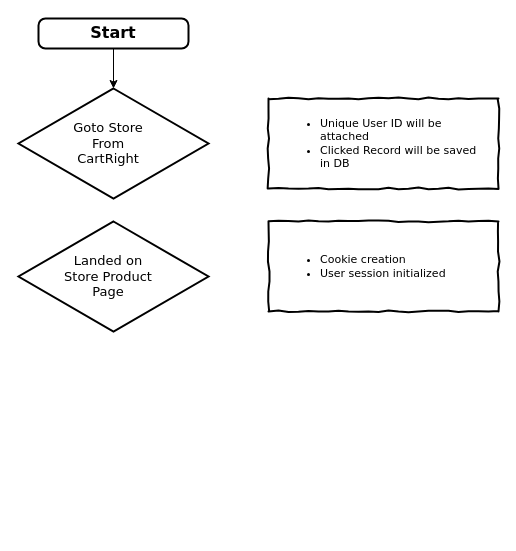
This is Tracking.drawio from shoaibijaz/soding, a draw.io file, before an edit. Source tidied: cells renumbered, new cells numbered last; positions are measured from the earlier drawing's top-left corner, leaving out a move shared by most shapes. Both pictures are drawn from the tidied source at 100%, with x=0, y=0 at pixel (18, 18).
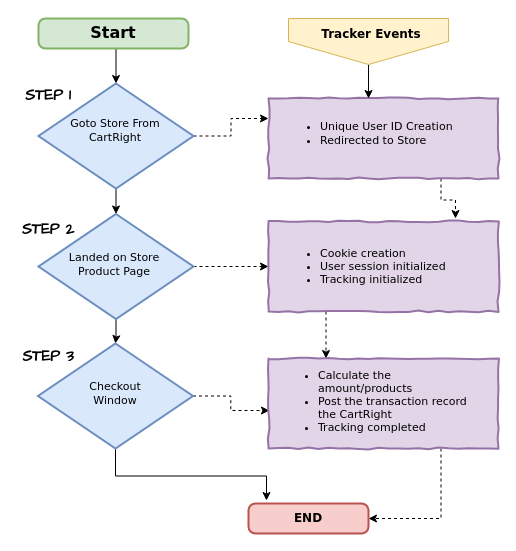
The same diagram, later.

The edit, as a diff of the source:
```diff
@@
-    <mxCell id="2" style="edgeStyle=orthogonalEdgeStyle;rounded=0;jettySize=auto;html=1;exitX=0.5;exitY=1;exitDx=0;exitDy=0;entryX=0.5;entryY=0;entryDx=0;entryDy=0;entryPerimeter=0;fontFamily=Verdana;fontSize=13;" parent="1" edge="1" source="3" target="5">
+    <mxCell id="2" style="edgeStyle=orthogonalEdgeStyle;rounded=0;jettySize=auto;html=1;exitX=0.5;exitY=1;exitDx=0;exitDy=0;entryX=0.5;entryY=0;entryDx=0;entryDy=0;entryPerimeter=0;fontFamily=Verdana;fontSize=12;" parent="1" edge="1" source="3" target="5">
       <mxGeometry relative="1" as="geometry" />
     </mxCell>
-    <mxCell id="3" style="rounded=1;whiteSpace=wrap;html=1;absoluteArcSize=1;arcSize=14;strokeWidth=2;" parent="1" vertex="1">
+    <mxCell id="3" style="rounded=1;whiteSpace=wrap;html=1;absoluteArcSize=1;arcSize=14;strokeWidth=2;fillColor=#d5e8d4;strokeColor=#82b366;" parent="1" vertex="1">
       <mxGeometry x="20" width="150" height="30" as="geometry" />
     </mxCell>
@@
+    <mxCell id="13" style="edgeStyle=orthogonalEdgeStyle;rounded=0;jettySize=auto;html=1;exitX=1;exitY=0.5;exitDx=0;exitDy=0;exitPerimeter=0;entryX=0;entryY=0.25;entryDx=0;entryDy=0;fontFamily=Verdana;fontSize=11;dashed=1;" parent="1" edge="1" source="5" target="9">
+      <mxGeometry relative="1" as="geometry" />
+    </mxCell>
+    <mxCell id="14" style="edgeStyle=orthogonalEdgeStyle;rounded=0;jettySize=auto;html=1;exitX=0.5;exitY=1;exitDx=0;exitDy=0;exitPerimeter=0;entryX=0.5;entryY=0;entryDx=0;entryDy=0;entryPerimeter=0;fontFamily=Verdana;fontSize=12;" parent="1" edge="1" source="5" target="7">
+      <mxGeometry relative="1" as="geometry" />
+    </mxCell>
-    <mxCell id="5" style="strokeWidth=2;html=1;shape=mxgraph.flowchart.decision;whiteSpace=wrap;fontFamily=Verdana;fontSize=16;" parent="1" vertex="1">
-      <mxGeometry y="70" width="190" height="110" as="geometry" />
+    <mxCell id="5" style="strokeWidth=2;html=1;shape=mxgraph.flowchart.decision;whiteSpace=wrap;fontFamily=Verdana;fontSize=16;fillColor=#dae8fc;strokeColor=#6c8ebf;" parent="1" vertex="1">
+      <mxGeometry x="20" y="65" width="155" height="105" as="geometry" />
     </mxCell>
-    <mxCell id="6" value="Goto Store From CartRight" style="text;html=1;strokeColor=none;fillColor=none;align=center;verticalAlign=middle;whiteSpace=wrap;rounded=0;fontFamily=Verdana;fontSize=13;" parent="1" vertex="1">
-      <mxGeometry x="40" y="100" width="100" height="50" as="geometry" />
+    <mxCell id="6" value="Goto Store From CartRight" style="text;html=1;strokeColor=none;fillColor=none;align=center;verticalAlign=middle;whiteSpace=wrap;rounded=0;fontFamily=Verdana;fontSize=11;" parent="1" vertex="1">
+      <mxGeometry x="47" y="86.5" width="100" height="50" as="geometry" />
     </mxCell>
+    <mxCell id="15" style="edgeStyle=orthogonalEdgeStyle;rounded=0;jettySize=auto;html=1;exitX=1;exitY=0.5;exitDx=0;exitDy=0;exitPerimeter=0;entryX=0;entryY=0.5;entryDx=0;entryDy=0;fontFamily=Verdana;fontSize=13;dashed=1;" parent="1" edge="1" source="7" target="11">
+      <mxGeometry relative="1" as="geometry" />
+    </mxCell>
+    <mxCell id="16" style="edgeStyle=orthogonalEdgeStyle;rounded=0;jettySize=auto;html=1;exitX=0.5;exitY=1;exitDx=0;exitDy=0;exitPerimeter=0;fontFamily=Verdana;fontSize=12;" parent="1" edge="1" source="7" target="24">
+      <mxGeometry relative="1" as="geometry" />
+    </mxCell>
-    <mxCell id="7" style="strokeWidth=2;html=1;shape=mxgraph.flowchart.decision;whiteSpace=wrap;fontFamily=Verdana;fontSize=16;" parent="1" vertex="1">
-      <mxGeometry y="203" width="190" height="110" as="geometry" />
+    <mxCell id="7" style="strokeWidth=2;html=1;shape=mxgraph.flowchart.decision;whiteSpace=wrap;fontFamily=Verdana;fontSize=16;fillColor=#dae8fc;strokeColor=#6c8ebf;" parent="1" vertex="1">
+      <mxGeometry x="20" y="195.5" width="155" height="105" as="geometry" />
     </mxCell>
-    <mxCell id="8" value="Landed on Store Product Page" style="text;html=1;strokeColor=none;fillColor=none;align=center;verticalAlign=middle;whiteSpace=wrap;rounded=0;fontFamily=Verdana;fontSize=13;" parent="1" vertex="1">
-      <mxGeometry x="40" y="233" width="100" height="50" as="geometry" />
+    <mxCell id="8" value="Landed on Store Product Page" style="text;html=1;strokeColor=none;fillColor=none;align=center;verticalAlign=middle;whiteSpace=wrap;rounded=0;fontFamily=Verdana;fontSize=11;" parent="1" vertex="1">
+      <mxGeometry x="46" y="220.5" width="100" height="50" as="geometry" />
     </mxCell>
+    <mxCell id="17" style="edgeStyle=orthogonalEdgeStyle;rounded=0;jettySize=auto;html=1;exitX=0.75;exitY=1;exitDx=0;exitDy=0;entryX=0.813;entryY=-0.033;entryDx=0;entryDy=0;entryPerimeter=0;fontFamily=Verdana;fontSize=13;dashed=1;" parent="1" edge="1" source="9" target="11">
+      <mxGeometry relative="1" as="geometry" />
+    </mxCell>
-    <mxCell id="9" style="html=1;whiteSpace=wrap;comic=1;strokeWidth=2;fontFamily=Comic Sans MS;fontStyle=1;" parent="1" vertex="1">
-      <mxGeometry x="250" y="80" width="230" height="90" as="geometry" />
+    <mxCell id="9" style="html=1;whiteSpace=wrap;comic=1;strokeWidth=2;fontFamily=Comic Sans MS;fontStyle=1;fillColor=#e1d5e7;strokeColor=#9673a6;" parent="1" vertex="1">
+      <mxGeometry x="250" y="80" width="230" height="80" as="geometry" />
     </mxCell>
-    <mxCell id="10" value="&lt;ul style=&quot;font-size: 11px&quot;&gt;&lt;li&gt;&lt;span&gt;Unique User ID will be attached&lt;/span&gt;&lt;/li&gt;&lt;li&gt;&lt;span&gt;Clicked Record will be saved in DB&lt;/span&gt;&lt;/li&gt;&lt;/ul&gt;" style="text;html=1;strokeColor=none;fillColor=none;align=left;verticalAlign=middle;whiteSpace=wrap;rounded=0;fontFamily=Verdana;fontSize=13;" parent="1" vertex="1">
-      <mxGeometry x="260" y="90" width="210" height="70" as="geometry" />
+    <mxCell id="10" value="&lt;ul style=&quot;font-size: 11px&quot;&gt;&lt;li&gt;&lt;span&gt;Unique User ID Creation&lt;/span&gt;&lt;/li&gt;&lt;li&gt;&lt;span&gt;Redirected to Store&lt;/span&gt;&lt;/li&gt;&lt;/ul&gt;" style="text;html=1;strokeColor=none;fillColor=none;align=left;verticalAlign=middle;whiteSpace=wrap;rounded=0;fontFamily=Verdana;fontSize=13;" parent="1" vertex="1">
+      <mxGeometry x="260" y="86.5" width="210" height="56.5" as="geometry" />
     </mxCell>
+    <mxCell id="18" style="edgeStyle=orthogonalEdgeStyle;rounded=0;jettySize=auto;html=1;exitX=0.25;exitY=1;exitDx=0;exitDy=0;entryX=0.25;entryY=0;entryDx=0;entryDy=0;dashed=1;fontFamily=Verdana;fontSize=12;" parent="1" edge="1" source="11" target="27">
+      <mxGeometry relative="1" as="geometry" />
+    </mxCell>
-    <mxCell id="11" style="html=1;whiteSpace=wrap;comic=1;strokeWidth=2;fontFamily=Comic Sans MS;fontStyle=1;" parent="1" vertex="1">
+    <mxCell id="11" style="html=1;whiteSpace=wrap;comic=1;strokeWidth=2;fontFamily=Comic Sans MS;fontStyle=1;fillColor=#e1d5e7;strokeColor=#9673a6;" parent="1" vertex="1">
       <mxGeometry x="250" y="203" width="230" height="90" as="geometry" />
     </mxCell>
-    <mxCell id="12" value="&lt;ul style=&quot;font-size: 11px&quot;&gt;&lt;li&gt;&lt;span&gt;Cookie creation&lt;/span&gt;&lt;/li&gt;&lt;li&gt;&lt;span&gt;User session initialized&lt;/span&gt;&lt;/li&gt;&lt;/ul&gt;" style="text;html=1;strokeColor=none;fillColor=none;align=left;verticalAlign=middle;whiteSpace=wrap;rounded=0;fontFamily=Verdana;fontSize=13;" parent="1" vertex="1">
+    <mxCell id="12" value="&lt;ul style=&quot;font-size: 11px&quot;&gt;&lt;li&gt;&lt;span&gt;Cookie creation&lt;/span&gt;&lt;/li&gt;&lt;li&gt;&lt;span&gt;User session initialized&lt;/span&gt;&lt;/li&gt;&lt;li&gt;&lt;span&gt;Tracking&amp;nbsp;&lt;/span&gt;initialized&lt;/li&gt;&lt;/ul&gt;" style="text;html=1;strokeColor=none;fillColor=none;align=left;verticalAlign=middle;whiteSpace=wrap;rounded=0;fontFamily=Verdana;fontSize=13;" parent="1" vertex="1">
       <mxGeometry x="260" y="213" width="210" height="70" as="geometry" />
     </mxCell>
+    <mxCell id="19" style="edgeStyle=orthogonalEdgeStyle;rounded=0;jettySize=auto;html=1;exitX=0.5;exitY=1;exitDx=0;exitDy=0;entryX=0.435;entryY=0;entryDx=0;entryDy=0;entryPerimeter=0;fontFamily=Verdana;fontSize=13;" parent="1" edge="1" source="20" target="9">
+      <mxGeometry relative="1" as="geometry" />
+    </mxCell>
+    <mxCell id="20" style="verticalLabelPosition=bottom;verticalAlign=top;html=1;shape=offPageConnector;rounded=0;size=0.5;fontFamily=Verdana;fontSize=13;fillColor=#fff2cc;strokeColor=#d6b656;" parent="1" vertex="1">
+      <mxGeometry x="270" width="160" height="46" as="geometry" />
+    </mxCell>
+    <mxCell id="21" value="&lt;font style=&quot;font-size: 12px&quot;&gt;Tracker Events&lt;/font&gt;" style="text;html=1;strokeColor=none;fillColor=none;align=center;verticalAlign=middle;whiteSpace=wrap;rounded=0;fontStyle=1;fontFamily=Verdana;fontSize=13;" parent="1" vertex="1">
+      <mxGeometry x="298" y="5" width="110" height="20" as="geometry" />
+    </mxCell>
+    <mxCell id="22" style="edgeStyle=orthogonalEdgeStyle;rounded=0;jettySize=auto;html=1;entryX=0.004;entryY=0.578;entryDx=0;entryDy=0;entryPerimeter=0;dashed=1;fontFamily=Verdana;fontSize=12;" parent="1" edge="1" source="24" target="27">
+      <mxGeometry relative="1" as="geometry" />
+    </mxCell>
+    <mxCell id="23" style="edgeStyle=orthogonalEdgeStyle;rounded=0;jettySize=auto;html=1;exitX=0.5;exitY=1;exitDx=0;exitDy=0;exitPerimeter=0;entryX=0.15;entryY=-0.1;entryDx=0;entryDy=0;entryPerimeter=0;fontFamily=Verdana;fontSize=12;" parent="1" edge="1" source="24" target="29">
+      <mxGeometry relative="1" as="geometry" />
+    </mxCell>
+    <mxCell id="24" style="strokeWidth=2;html=1;shape=mxgraph.flowchart.decision;whiteSpace=wrap;fontFamily=Verdana;fontSize=16;fillColor=#dae8fc;strokeColor=#6c8ebf;" parent="1" vertex="1">
+      <mxGeometry x="19.5" y="325" width="155" height="105" as="geometry" />
+    </mxCell>
+    <mxCell id="25" value="Checkout Window" style="text;html=1;strokeColor=none;fillColor=none;align=center;verticalAlign=middle;whiteSpace=wrap;rounded=0;fontFamily=Verdana;fontSize=11;" parent="1" vertex="1">
+      <mxGeometry x="47" y="350" width="100" height="50" as="geometry" />
+    </mxCell>
+    <mxCell id="26" style="edgeStyle=orthogonalEdgeStyle;rounded=0;jettySize=auto;html=1;exitX=0.75;exitY=1;exitDx=0;exitDy=0;entryX=1;entryY=0.5;entryDx=0;entryDy=0;dashed=1;fontFamily=Verdana;fontSize=12;" parent="1" edge="1" source="27" target="29">
+      <mxGeometry relative="1" as="geometry" />
+    </mxCell>
+    <mxCell id="27" style="html=1;whiteSpace=wrap;comic=1;strokeWidth=2;fontFamily=Comic Sans MS;fontStyle=1;fillColor=#e1d5e7;strokeColor=#9673a6;" parent="1" vertex="1">
+      <mxGeometry x="250" y="340" width="230" height="90" as="geometry" />
+    </mxCell>
+    <mxCell id="28" value="&lt;ul style=&quot;font-size: 11px&quot;&gt;&lt;li&gt;Calculate the amount/products&lt;/li&gt;&lt;li&gt;Post the transaction record the CartRight&lt;/li&gt;&lt;li&gt;Tracking completed&lt;/li&gt;&lt;/ul&gt;" style="text;html=1;strokeColor=none;fillColor=none;align=left;verticalAlign=middle;whiteSpace=wrap;rounded=0;fontFamily=Verdana;fontSize=13;" parent="1" vertex="1">
+      <mxGeometry x="258" y="348" width="210" height="70" as="geometry" />
+    </mxCell>
+    <mxCell id="29" style="rounded=1;whiteSpace=wrap;html=1;absoluteArcSize=1;arcSize=14;strokeWidth=2;fillColor=#f8cecc;strokeColor=#b85450;" parent="1" vertex="1">
+      <mxGeometry x="230" y="485" width="120" height="30" as="geometry" />
+    </mxCell>
+    <mxCell id="30" value="END" style="text;html=1;strokeColor=none;fillColor=none;align=center;verticalAlign=middle;whiteSpace=wrap;rounded=0;fontStyle=1;fontFamily=Verdana;fontSize=12;" parent="1" vertex="1">
+      <mxGeometry x="250" y="490" width="80" height="20" as="geometry" />
+    </mxCell>
+    <mxCell id="31" value="STEP 1" style="text;html=1;strokeColor=none;fillColor=none;align=center;verticalAlign=middle;whiteSpace=wrap;rounded=0;fontFamily=Comic Sans MS;fontSize=15;fontStyle=1;" parent="1" vertex="1">
+      <mxGeometry y="67" width="60" height="20" as="geometry" />
+    </mxCell>
+    <mxCell id="32" value="STEP 2" style="text;html=1;strokeColor=none;fillColor=none;align=center;verticalAlign=middle;whiteSpace=wrap;rounded=0;fontFamily=Comic Sans MS;fontSize=15;fontStyle=1;" parent="1" vertex="1">
+      <mxGeometry y="200.5" width="60" height="20" as="geometry" />
+    </mxCell>
+    <mxCell id="33" value="STEP 3" style="text;html=1;strokeColor=none;fillColor=none;align=center;verticalAlign=middle;whiteSpace=wrap;rounded=0;fontFamily=Comic Sans MS;fontSize=15;fontStyle=1;" parent="1" vertex="1">
+      <mxGeometry y="328" width="60" height="20" as="geometry" />
+    </mxCell>
```
